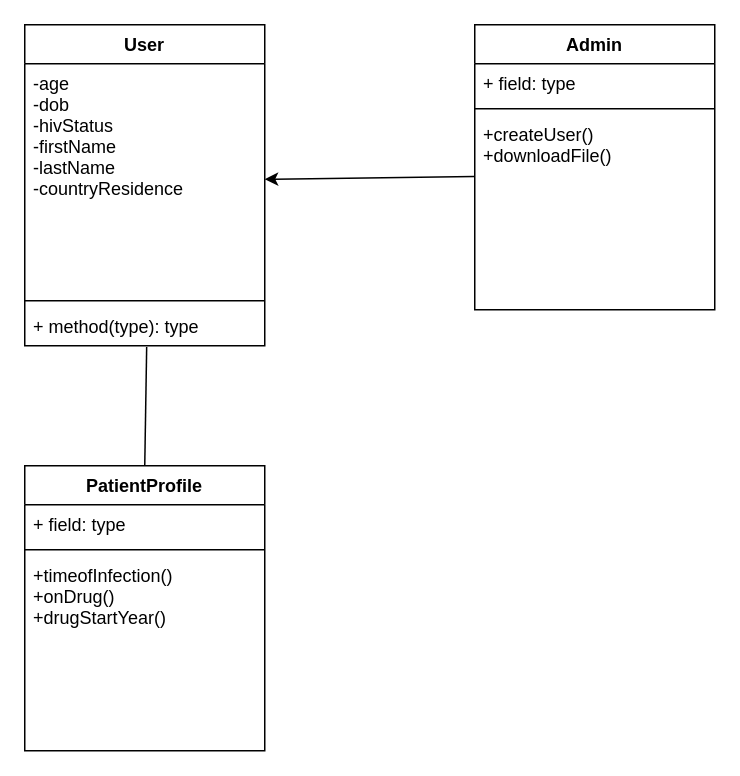
Above: LifePrognosis-ClassDiagrams.drawio in JonahKayizzi/life-prognosis-gahinga6 (draw.io), before the change. Source tidied: cells renumbered, new cells numbered last; positions are measured from the earlier drawing's top-left corner, leaving out a move shared by most shapes. Both pictures are drawn from the tidied source at 150%, with x=0, y=0 at pixel (24, 24).
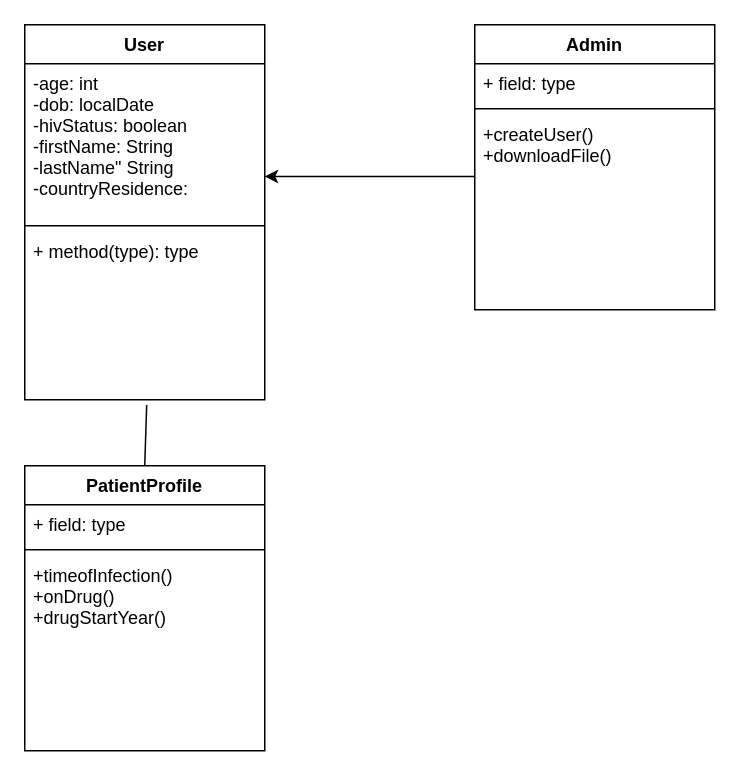
The same page after the edit.

Diff of the diagram source:
```diff
@@
 <mxGraphModel>
   <root>
     <mxCell id="0" />
     <mxCell id="1" parent="0" />
     <mxCell id="2" style="endArrow=none;html=1;rounded=0;" parent="1" edge="1">
       <mxGeometry relative="1" as="geometry">
         <mxPoint x="380" y="144" as="sourcePoint" />
         <mxPoint x="380" y="144" as="targetPoint" />
       </mxGeometry>
     </mxCell>
-    <mxCell id="3" style="endArrow=classic;html=1;rounded=0;exitX=-0.002;exitY=0.317;exitDx=0;exitDy=0;exitPerimeter=0;entryX=1;entryY=0.5;entryDx=0;entryDy=0;" parent="1" edge="1" source="7" target="9">
+    <mxCell id="3" style="endArrow=classic;html=1;rounded=0;exitX=-0.002;exitY=0.317;exitDx=0;exitDy=0;exitPerimeter=0;entryX=1;entryY=0.723;entryDx=0;entryDy=0;entryPerimeter=0;" parent="1" edge="1" source="7" target="9">
       <mxGeometry relative="1" as="geometry" />
     </mxCell>
     <mxCell id="4" value="Admin" style="swimlane;fontStyle=1;align=center;verticalAlign=top;horizontal=1;startSize=26;" parent="1" vertex="1">
       <mxGeometry x="300" width="160" height="190" as="geometry" />
     </mxCell>
     <mxCell id="5" value="+ field: type" style="text;strokeColor=none;fillColor=none;align=left;verticalAlign=top;spacingLeft=4;spacingRight=4;overflow=hidden;" parent="4" vertex="1">
       <mxGeometry y="26" width="160" height="26" as="geometry" />
     </mxCell>
     <mxCell id="6" style="line;strokeWidth=1;fillColor=none;align=left;verticalAlign=middle;spacingTop=-1;spacingLeft=3;spacingRight=3;labelPosition=right;strokeColor=inherit;" parent="4" vertex="1">
       <mxGeometry y="52" width="160" height="8" as="geometry" />
     </mxCell>
     <mxCell id="7" value="+createUser()&#10;+downloadFile()" style="text;strokeColor=none;fillColor=none;align=left;verticalAlign=top;spacingLeft=4;spacingRight=4;overflow=hidden;points=[[0,0.5],[1,0.5]];portConstraint=eastwest;" parent="4" vertex="1">
       <mxGeometry y="60" width="160" height="130" as="geometry" />
     </mxCell>
     <mxCell id="8" value="User" style="swimlane;fontStyle=1;align=center;verticalAlign=top;horizontal=1;startSize=26;" parent="1" vertex="1">
-      <mxGeometry width="160" height="214" as="geometry" />
+      <mxGeometry width="160" height="250" as="geometry" />
     </mxCell>
-    <mxCell id="9" value="-age&#10;-dob&#10;-hivStatus&#10;-firstName&#10;-lastName&#10;-countryResidence" style="text;strokeColor=none;fillColor=none;align=left;verticalAlign=top;spacingLeft=4;spacingRight=4;overflow=hidden;points=[[0,0.5],[1,0.5]];portConstraint=eastwest;" parent="8" vertex="1">
-      <mxGeometry y="26" width="160" height="154" as="geometry" />
+    <mxCell id="9" value="-age: int&#10;-dob: localDate&#10;-hivStatus: boolean&#10;-firstName: String&#10;-lastName&quot; String&#10;-countryResidence: " style="text;strokeColor=none;fillColor=none;align=left;verticalAlign=top;spacingLeft=4;spacingRight=4;overflow=hidden;points=[[0,0.5],[1,0.5]];portConstraint=eastwest;" parent="8" vertex="1">
+      <mxGeometry y="26" width="160" height="104" as="geometry" />
     </mxCell>
     <mxCell id="10" style="line;strokeWidth=1;fillColor=none;align=left;verticalAlign=middle;spacingTop=-1;spacingLeft=3;spacingRight=3;labelPosition=right;strokeColor=inherit;" parent="8" vertex="1">
-      <mxGeometry y="180" width="160" height="8" as="geometry" />
+      <mxGeometry y="130" width="160" height="8" as="geometry" />
     </mxCell>
     <mxCell id="11" value="+ method(type): type" style="text;strokeColor=none;fillColor=none;align=left;verticalAlign=top;spacingLeft=4;spacingRight=4;overflow=hidden;points=[[0,0.5],[1,0.5]];portConstraint=eastwest;" parent="8" vertex="1">
-      <mxGeometry y="188" width="160" height="26" as="geometry" />
+      <mxGeometry y="138" width="160" height="112" as="geometry" />
     </mxCell>
     <mxCell id="12" value="PatientProfile" style="swimlane;fontStyle=1;align=center;verticalAlign=top;horizontal=1;startSize=26;" parent="1" vertex="1">
       <mxGeometry y="294" width="160" height="190" as="geometry" />
     </mxCell>
     <mxCell id="13" value="+ field: type" style="text;strokeColor=none;fillColor=none;align=left;verticalAlign=top;spacingLeft=4;spacingRight=4;overflow=hidden;" parent="12" vertex="1">
       <mxGeometry y="26" width="160" height="26" as="geometry" />
     </mxCell>
     <mxCell id="14" style="line;strokeWidth=1;fillColor=none;align=left;verticalAlign=middle;spacingTop=-1;spacingLeft=3;spacingRight=3;labelPosition=right;strokeColor=inherit;" parent="12" vertex="1">
       <mxGeometry y="52" width="160" height="8" as="geometry" />
     </mxCell>
     <mxCell id="15" value="+timeofInfection()&#10;+onDrug()&#10;+drugStartYear()" style="text;strokeColor=none;fillColor=none;align=left;verticalAlign=top;spacingLeft=4;spacingRight=4;overflow=hidden;" parent="12" vertex="1">
       <mxGeometry y="60" width="160" height="130" as="geometry" />
     </mxCell>
     <mxCell id="16" style="endArrow=none;html=1;entryX=0.508;entryY=1.031;entryDx=0;entryDy=0;entryPerimeter=0;" parent="1" edge="1" target="11">
       <mxGeometry relative="1" as="geometry">
         <mxPoint x="80" y="294" as="sourcePoint" />
       </mxGeometry>
     </mxCell>
   </root>
 </mxGraphModel>
```
